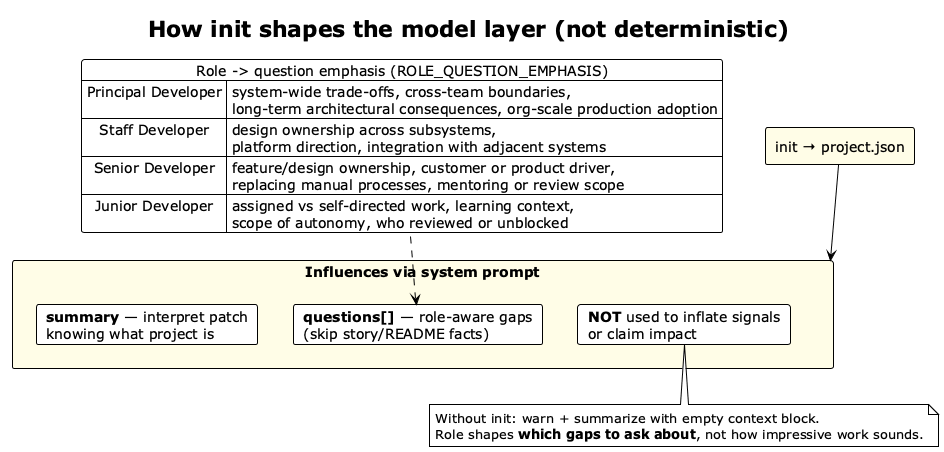
This is img/summarize-init-context.png from vzakharchenko/dev-workgraph, a PlantUML export, as it was before one commit.
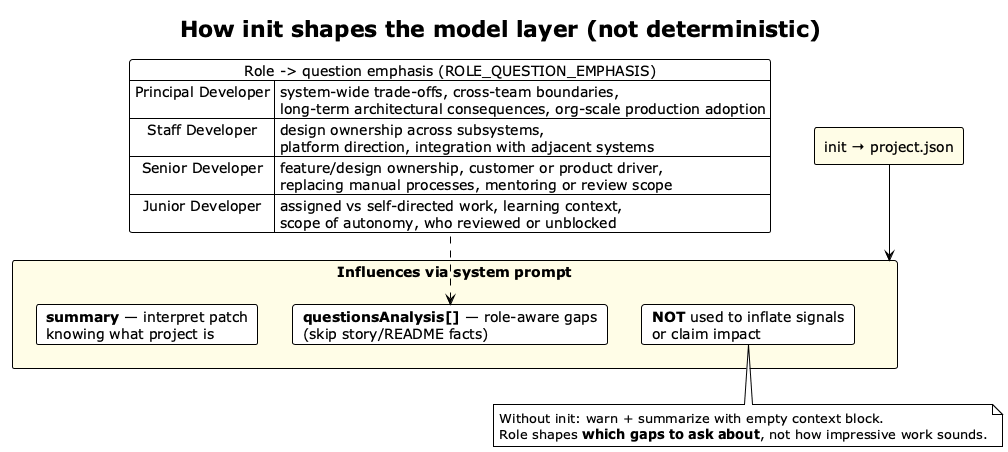
The same diagram one commit later.

Diff of the diagram source:
```diff
@@ -14,7 +14,7 @@
 rectangle "init → project.json" as PJ #FFF8E1
 rectangle "Influences via system prompt" as INF #FFFDE7 {
   card "**summary** — interpret patch\nknowing what project is" as S
-  card "**questions[]** — role-aware gaps\n(skip story/README facts)" as Q
+  card "**questionsAnalysis[]** — role-aware gaps\n(skip story/README facts)" as Q
   card "**NOT** used to inflate signals\nor claim impact" as X
 }
 
```
